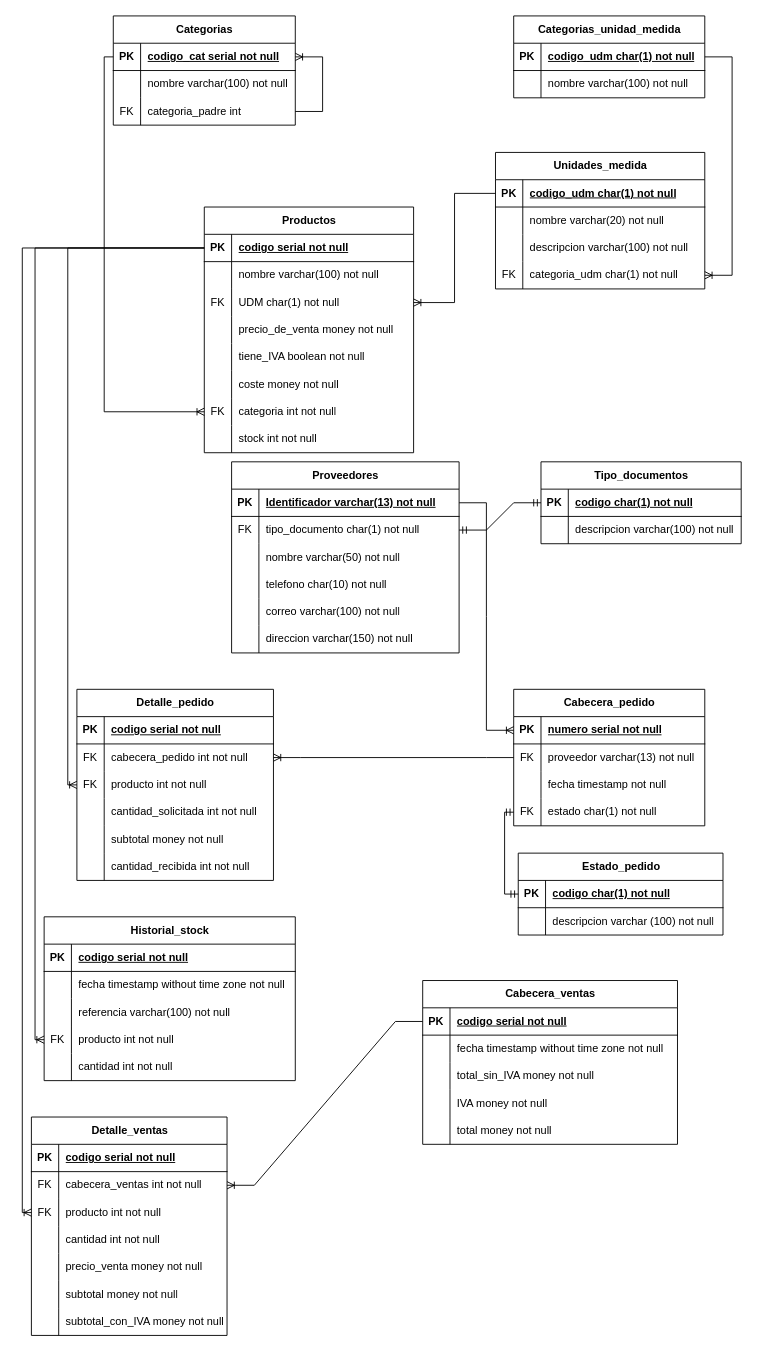
Above: page "Página-2" (2 of 2) of Base de Datos/inventario.drawio in Jose-Valdez7/inventarios (draw.io), before the change. Source tidied: cells renumbered, new cells numbered last; positions are measured from the earlier drawing's top-left corner, leaving out a move shared by most shapes. Both pictures are drawn from the tidied source at 91%, with x=0, y=0 at pixel (31, 15).
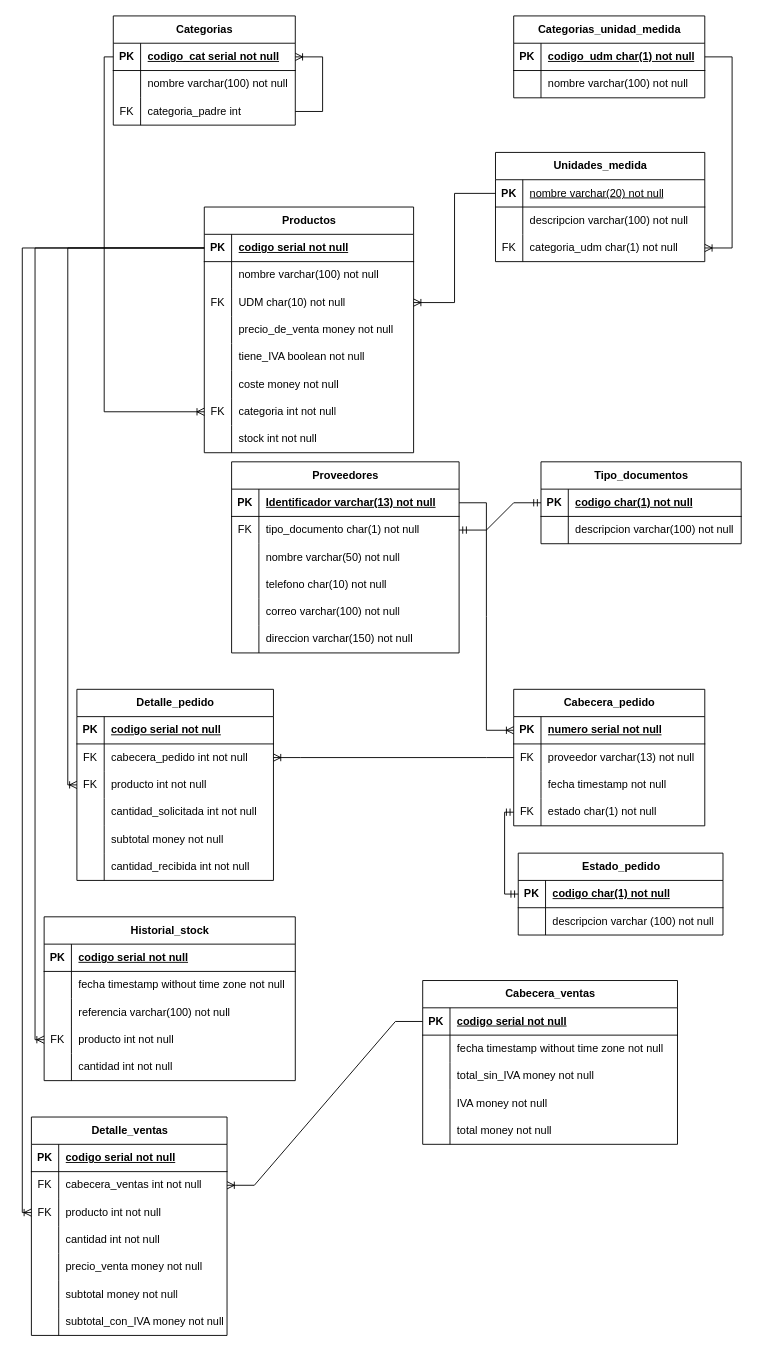
Above is the later version.

The change refers to these unchanged cells:
```xml
<mxCell id="21" style="shape=tableRow;horizontal=0;startSize=0;swimlaneHead=0;swimlaneBody=0;fillColor=none;points=[[0,0.5],[1,0.5]];portConstraint=eastwest;top=0;left=0;right=0;bottom=1;" parent="20" vertex="1">
  <mxGeometry y="30" width="230" height="30" as="geometry" />
</mxCell>
<mxCell id="41" style="shape=tableRow;horizontal=0;startSize=0;swimlaneHead=0;swimlaneBody=0;fillColor=none;points=[[0,0.5],[1,0.5]];portConstraint=eastwest;top=0;left=0;right=0;bottom=0;" parent="34" vertex="1">
  <mxGeometry y="90" width="230" height="30" as="geometry" />
</mxCell>
```

What changed in the source:
```diff
@@
     <mxCell id="20" value="Unidades_medida" style="shape=table;startSize=30;childLayout=tableLayout;rowLines=0;fontStyle=1;align=center;html=1;" parent="1" vertex="1">
-      <mxGeometry x="510" y="150" width="230" height="150" as="geometry" />
+      <mxGeometry x="510" y="150" width="230" height="120" as="geometry" />
     </mxCell>
@@
-    <mxCell id="23" value="codigo_udm char(1) not null" style="shape=partialRectangle;fillColor=none;top=0;left=0;bottom=0;right=0;align=left;spacingLeft=6;fontStyle=5;overflow=hidden;whiteSpace=wrap;html=1;" parent="21" vertex="1">
+    <mxCell id="23" value="&lt;span style=&quot;font-weight: 400;&quot;&gt;nombre varchar(20) not null&lt;/span&gt;" style="shape=partialRectangle;fillColor=none;top=0;left=0;bottom=0;right=0;align=left;spacingLeft=6;fontStyle=5;overflow=hidden;whiteSpace=wrap;html=1;" parent="21" vertex="1">
       <mxGeometry x="30" width="200" height="30" as="geometry" />
     </mxCell>
-    <mxCell id="24" style="shape=tableRow;horizontal=0;startSize=0;swimlaneHead=0;swimlaneBody=0;fillColor=none;top=0;left=0;right=0;bottom=0;" parent="20" vertex="1">
-      <mxGeometry y="60" width="230" height="30" as="geometry" />
-    </mxCell>
-    <mxCell id="25" style="shape=partialRectangle;fillColor=none;top=0;left=0;bottom=0;right=0;overflow=hidden;whiteSpace=wrap;html=1;" parent="24" vertex="1">
-      <mxGeometry width="30" height="30" as="geometry" />
-    </mxCell>
-    <mxCell id="26" value="nombre varchar(20) not null" style="shape=partialRectangle;fillColor=none;top=0;left=0;bottom=0;right=0;align=left;spacingLeft=6;overflow=hidden;whiteSpace=wrap;html=1;" parent="24" vertex="1">
-      <mxGeometry x="30" width="200" height="30" as="geometry" />
-    </mxCell>
     <mxCell id="27" style="shape=tableRow;horizontal=0;startSize=0;swimlaneHead=0;swimlaneBody=0;fillColor=none;top=0;left=0;right=0;bottom=0;" parent="20" vertex="1">
-      <mxGeometry y="90" width="230" height="30" as="geometry" />
+      <mxGeometry y="60" width="230" height="30" as="geometry" />
     </mxCell>
@@
     <mxCell id="30" style="shape=tableRow;horizontal=0;startSize=0;swimlaneHead=0;swimlaneBody=0;fillColor=none;points=[[0,0.5],[1,0.5]];portConstraint=eastwest;top=0;left=0;right=0;bottom=0;" parent="20" vertex="1">
-      <mxGeometry y="120" width="230" height="30" as="geometry" />
+      <mxGeometry y="90" width="230" height="30" as="geometry" />
     </mxCell>
@@
-    <mxCell id="43" value="UDM char(1) not null" style="shape=partialRectangle;fillColor=none;top=0;left=0;bottom=0;right=0;align=left;spacingLeft=6;overflow=hidden;whiteSpace=wrap;html=1;" parent="41" vertex="1">
+    <mxCell id="43" value="UDM char(10) not null" style="shape=partialRectangle;fillColor=none;top=0;left=0;bottom=0;right=0;align=left;spacingLeft=6;overflow=hidden;whiteSpace=wrap;html=1;" parent="41" vertex="1">
       <mxGeometry x="30" width="200" height="30" as="geometry" />
     </mxCell>
```
